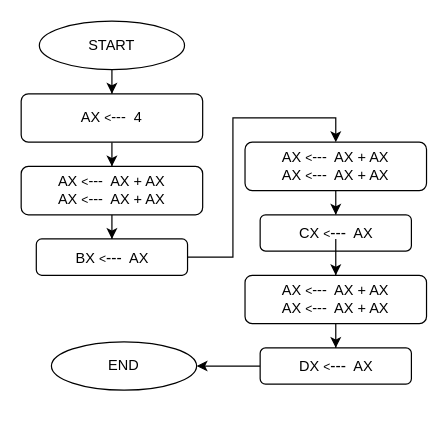
This is micro_mt2_4.drawio from mmuurraatt/My-Projects-On-Github, a draw.io file, before an edit. Source tidied: cells renumbered, new cells numbered last; positions are measured from the earlier drawing's top-left corner, leaving out a move shared by most shapes. Both pictures are drawn from the tidied source at 121%, with x=0, y=0 at pixel (21, 21).
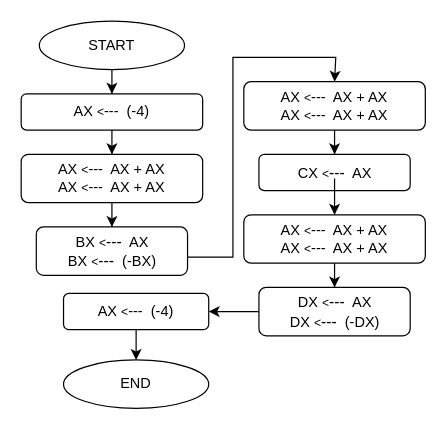
The same diagram, later.

Diff of the diagram source:
```diff
@@
-    <mxCell id="3" value="AX &lt;font size=&quot;1&quot;&gt;&amp;lt;&lt;/font&gt;---&amp;nbsp; 4" style="rounded=1;whiteSpace=wrap;html=1;fontSize=12;glass=0;strokeWidth=1;shadow=0;" parent="1" vertex="1">
-      <mxGeometry y="60" width="150" height="40" as="geometry" />
+    <mxCell id="3" value="AX &lt;font size=&quot;1&quot;&gt;&amp;lt;&lt;/font&gt;---&amp;nbsp; (-4)" style="rounded=1;whiteSpace=wrap;html=1;fontSize=12;glass=0;strokeWidth=1;shadow=0;" parent="1" vertex="1">
+      <mxGeometry y="60" width="150" height="30" as="geometry" />
     </mxCell>
@@
     <mxCell id="7" value="END" style="ellipse;whiteSpace=wrap;html=1;" parent="1" vertex="1">
-      <mxGeometry x="25" y="265" width="120" height="40" as="geometry" />
+      <mxGeometry x="35" y="280" width="120" height="40" as="geometry" />
     </mxCell>
@@
     <mxCell id="9" value="AX &lt;font size=&quot;1&quot;&gt;&amp;lt;&lt;/font&gt;---&amp;nbsp; AX + AX&lt;br&gt;AX&amp;nbsp;&lt;font style=&quot;font-size: 10px&quot;&gt;&amp;lt;&lt;/font&gt;&lt;font style=&quot;font-size: 12px&quot;&gt;---&lt;/font&gt;&amp;nbsp; AX + AX" style="rounded=1;whiteSpace=wrap;html=1;fontSize=12;glass=0;strokeWidth=1;shadow=0;" parent="1" vertex="1">
-      <mxGeometry y="120" width="150" height="40" as="geometry" />
+      <mxGeometry y="110" width="150" height="40" as="geometry" />
     </mxCell>
     <mxCell id="10" style="edgeStyle=orthogonalEdgeStyle;rounded=0;jettySize=auto;html=1;entryX=0.5;entryY=0;entryDx=0;entryDy=0;" parent="1" edge="1" source="11" target="13">
       <mxGeometry relative="1" as="geometry">
         <Array as="points">
           <mxPoint x="175" y="195" />
-          <mxPoint x="175" y="80" />
-          <mxPoint x="260" y="80" />
+          <mxPoint x="175" y="30" />
+          <mxPoint x="260" y="30" />
         </Array>
       </mxGeometry>
     </mxCell>
-    <mxCell id="11" value="BX&amp;nbsp;&lt;font style=&quot;font-size: 10px&quot;&gt;&amp;lt;&lt;/font&gt;&lt;font style=&quot;font-size: 13px&quot;&gt;---&lt;/font&gt;&amp;nbsp; AX" style="rounded=1;whiteSpace=wrap;html=1;fontSize=12;glass=0;strokeWidth=1;shadow=0;" parent="1" vertex="1">
-      <mxGeometry x="12.5" y="180" width="125" height="30" as="geometry" />
+    <mxCell id="11" value="BX&amp;nbsp;&lt;font style=&quot;font-size: 10px&quot;&gt;&amp;lt;&lt;/font&gt;&lt;font style=&quot;font-size: 13px&quot;&gt;---&lt;/font&gt;&amp;nbsp; AX&lt;br&gt;BX&amp;nbsp;&lt;font style=&quot;font-size: 10px&quot;&gt;&amp;lt;&lt;/font&gt;&lt;font style=&quot;font-size: 13px&quot;&gt;---&lt;/font&gt;&amp;nbsp; (-BX)" style="rounded=1;whiteSpace=wrap;html=1;fontSize=12;glass=0;strokeWidth=1;shadow=0;" parent="1" vertex="1">
+      <mxGeometry x="12.5" y="170" width="125" height="40" as="geometry" />
     </mxCell>
@@
     <mxCell id="13" value="AX &lt;font size=&quot;1&quot;&gt;&amp;lt;&lt;/font&gt;---&amp;nbsp; AX + AX&lt;br&gt;AX&amp;nbsp;&lt;font style=&quot;font-size: 10px&quot;&gt;&amp;lt;&lt;/font&gt;&lt;font style=&quot;font-size: 12px&quot;&gt;---&lt;/font&gt;&amp;nbsp; AX + AX" style="rounded=1;whiteSpace=wrap;html=1;fontSize=12;glass=0;strokeWidth=1;shadow=0;" parent="1" vertex="1">
-      <mxGeometry x="185" y="100" width="150" height="40" as="geometry" />
+      <mxGeometry x="184" y="50" width="150" height="40" as="geometry" />
     </mxCell>
     <mxCell id="14" value="CX&amp;nbsp;&lt;font style=&quot;font-size: 10px&quot;&gt;&amp;lt;&lt;/font&gt;&lt;font style=&quot;font-size: 13px&quot;&gt;---&lt;/font&gt;&amp;nbsp; AX" style="rounded=1;whiteSpace=wrap;html=1;fontSize=12;glass=0;strokeWidth=1;shadow=0;" parent="1" vertex="1">
-      <mxGeometry x="197.5" y="160" width="125" height="30" as="geometry" />
+      <mxGeometry x="196.5" y="110" width="125" height="30" as="geometry" />
     </mxCell>
     <mxCell id="15" style="edgeStyle=orthogonalEdgeStyle;rounded=0;jettySize=auto;html=1;" parent="1" edge="1" target="17">
       <mxGeometry relative="1" as="geometry">
-        <mxPoint x="260" y="220" as="sourcePoint" />
+        <mxPoint x="259" y="170" as="sourcePoint" />
         <Array as="points">
-          <mxPoint x="260" y="180" />
-          <mxPoint x="260" y="180" />
+          <mxPoint x="259" y="130" />
+          <mxPoint x="259" y="130" />
         </Array>
       </mxGeometry>
     </mxCell>
@@
     <mxCell id="17" value="AX &lt;font size=&quot;1&quot;&gt;&amp;lt;&lt;/font&gt;---&amp;nbsp; AX + AX&lt;br&gt;AX&amp;nbsp;&lt;font style=&quot;font-size: 10px&quot;&gt;&amp;lt;&lt;/font&gt;&lt;font style=&quot;font-size: 12px&quot;&gt;---&lt;/font&gt;&amp;nbsp; AX + AX" style="rounded=1;whiteSpace=wrap;html=1;fontSize=12;glass=0;strokeWidth=1;shadow=0;" parent="1" vertex="1">
-      <mxGeometry x="185" y="210" width="150" height="40" as="geometry" />
+      <mxGeometry x="184" y="160" width="150" height="40" as="geometry" />
     </mxCell>
-    <mxCell id="18" style="edgeStyle=orthogonalEdgeStyle;rounded=0;jettySize=auto;html=1;" parent="1" edge="1" source="19" target="7">
-      <mxGeometry relative="1" as="geometry" />
-    </mxCell>
+    <mxCell id="20" style="edgeStyle=orthogonalEdgeStyle;rounded=0;jettySize=auto;html=1;" parent="1" edge="1" source="19" target="22">
+      <mxGeometry relative="1" as="geometry" />
+    </mxCell>
-    <mxCell id="19" value="DX&amp;nbsp;&lt;font style=&quot;font-size: 10px&quot;&gt;&amp;lt;&lt;/font&gt;&lt;font style=&quot;font-size: 13px&quot;&gt;---&lt;/font&gt;&amp;nbsp; AX" style="rounded=1;whiteSpace=wrap;html=1;fontSize=12;glass=0;strokeWidth=1;shadow=0;" parent="1" vertex="1">
-      <mxGeometry x="197.5" y="270" width="125" height="30" as="geometry" />
+    <mxCell id="19" value="DX&amp;nbsp;&lt;font style=&quot;font-size: 10px&quot;&gt;&amp;lt;&lt;/font&gt;&lt;font style=&quot;font-size: 13px&quot;&gt;---&lt;/font&gt;&amp;nbsp; AX&lt;br&gt;DX&amp;nbsp;&lt;font style=&quot;font-size: 10px&quot;&gt;&amp;lt;&lt;/font&gt;&lt;font style=&quot;font-size: 13px&quot;&gt;---&lt;/font&gt;&amp;nbsp; (-DX)" style="rounded=1;whiteSpace=wrap;html=1;fontSize=12;glass=0;strokeWidth=1;shadow=0;" parent="1" vertex="1">
+      <mxGeometry x="196.5" y="220" width="125" height="40" as="geometry" />
     </mxCell>
+    <mxCell id="21" style="edgeStyle=orthogonalEdgeStyle;rounded=0;jettySize=auto;html=1;exitX=0.5;exitY=1;exitDx=0;exitDy=0;entryX=0.5;entryY=0;entryDx=0;entryDy=0;" parent="1" edge="1" source="22" target="7">
+      <mxGeometry relative="1" as="geometry" />
+    </mxCell>
+    <mxCell id="22" value="AX &lt;font size=&quot;1&quot;&gt;&amp;lt;&lt;/font&gt;---&amp;nbsp; (-4)" style="rounded=1;whiteSpace=wrap;html=1;fontSize=12;glass=0;strokeWidth=1;shadow=0;" parent="1" vertex="1">
+      <mxGeometry x="35" y="225" width="120" height="30" as="geometry" />
+    </mxCell>
```
